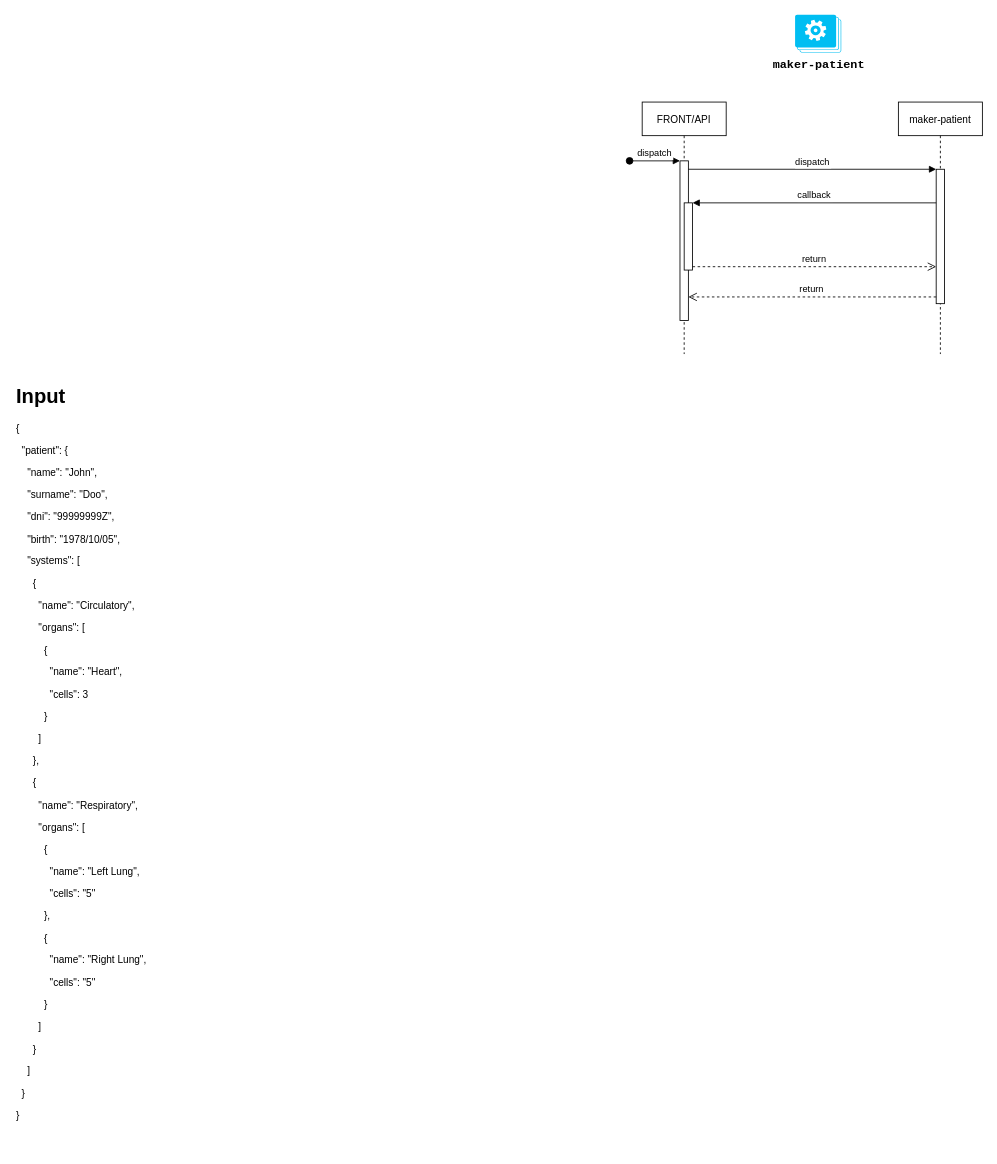
cellprom/cellprom-arq-doc keeps this draw.io diagram as page "maker-patient" (6 of 9) of arch-design/cellprom-tech-arch.drawio. Above is the earlier version. Source tidied: cells renumbered, new cells numbered last; positions are measured from the earlier drawing's top-left corner, leaving out a move shared by most shapes. Both pictures are drawn from the tidied source at 84%, with x=0, y=0 at pixel (14, 14).
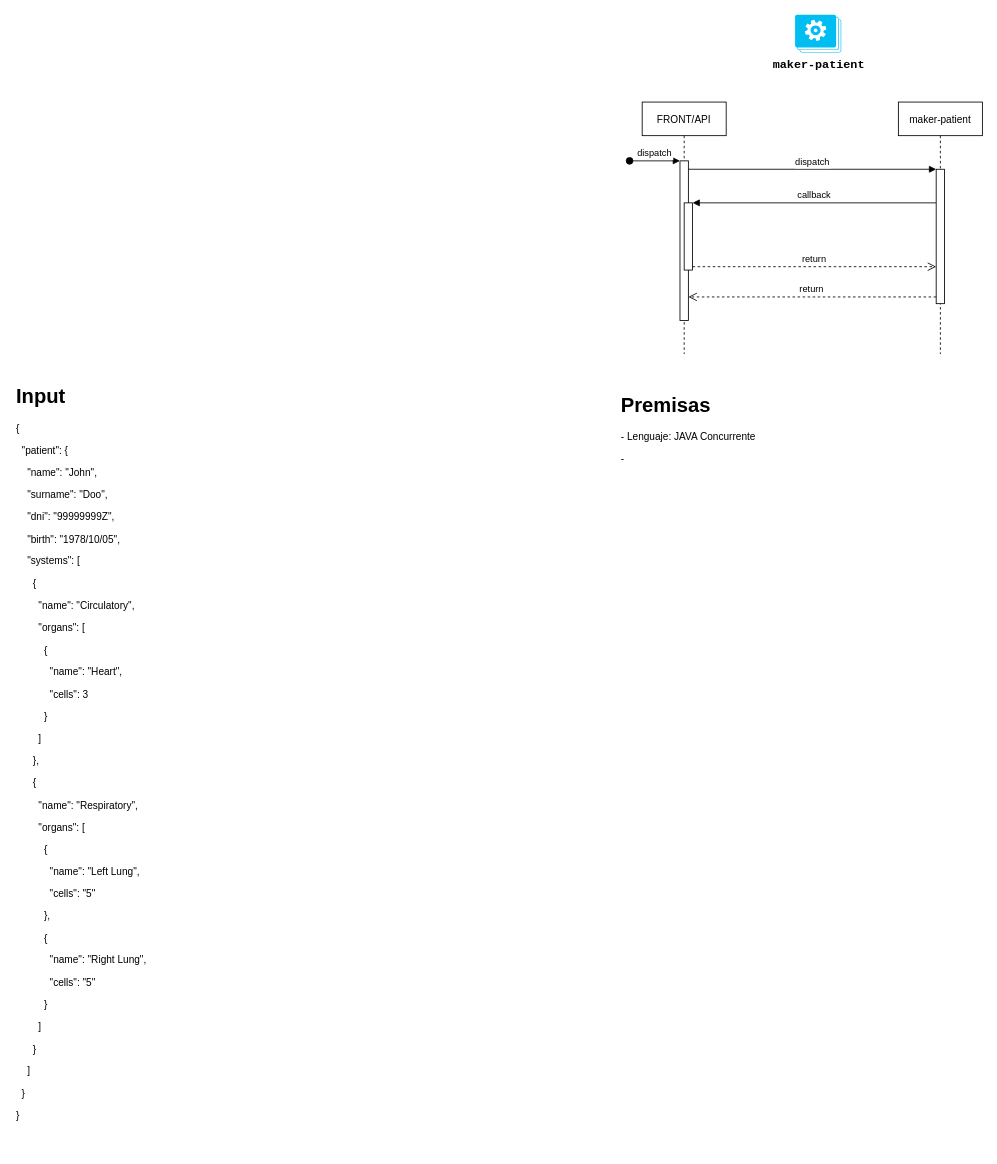
The same page after the edit.

The edit, as a diff of the source:
```diff
@@
 <mxGraphModel>
   <root>
     <mxCell id="0" />
     <mxCell id="1" parent="0" />
     <mxCell id="2" value="&lt;span style=&quot;font-family: &amp;quot;Courier New&amp;quot;; font-size: 14px; font-weight: 700;&quot;&gt;maker-patient&lt;/span&gt;" style="verticalLabelPosition=bottom;html=1;verticalAlign=top;align=center;strokeColor=none;fillColor=#00BEF2;shape=mxgraph.azure.worker_roles;" parent="1" vertex="1">
       <mxGeometry x="929" width="55" height="45" as="geometry" />
     </mxCell>
     <mxCell id="3" value="FRONT/API" style="shape=umlLifeline;perimeter=lifelinePerimeter;rounded=0;shadow=0;strokeWidth=1;" parent="1" vertex="1">
       <mxGeometry x="747" y="104" width="100" height="300" as="geometry" />
     </mxCell>
     <mxCell id="4" style="points=[];perimeter=orthogonalPerimeter;rounded=0;shadow=0;strokeWidth=1;" parent="3" vertex="1">
       <mxGeometry x="45" y="70" width="10" height="190" as="geometry" />
     </mxCell>
     <mxCell id="5" value="dispatch" style="verticalAlign=bottom;startArrow=oval;endArrow=block;startSize=8;shadow=0;strokeWidth=1;" parent="3" edge="1" target="4">
       <mxGeometry relative="1" as="geometry">
         <mxPoint x="-15" y="70" as="sourcePoint" />
       </mxGeometry>
     </mxCell>
     <mxCell id="6" style="points=[];perimeter=orthogonalPerimeter;rounded=0;shadow=0;strokeWidth=1;" parent="3" vertex="1">
       <mxGeometry x="50" y="120" width="10" height="80" as="geometry" />
     </mxCell>
     <mxCell id="7" value="maker-patient" style="shape=umlLifeline;perimeter=lifelinePerimeter;rounded=0;shadow=0;strokeWidth=1;" parent="1" vertex="1">
       <mxGeometry x="1052" y="104" width="100" height="300" as="geometry" />
     </mxCell>
     <mxCell id="8" style="points=[];perimeter=orthogonalPerimeter;rounded=0;shadow=0;strokeWidth=1;" parent="7" vertex="1">
       <mxGeometry x="45" y="80" width="10" height="160" as="geometry" />
     </mxCell>
     <mxCell id="9" value="return" style="verticalAlign=bottom;endArrow=open;dashed=1;endSize=8;exitX=0;exitY=0.95;shadow=0;strokeWidth=1;" parent="1" edge="1" source="8" target="4">
       <mxGeometry relative="1" as="geometry" />
     </mxCell>
     <mxCell id="10" value="dispatch" style="verticalAlign=bottom;endArrow=block;entryX=0;entryY=0;shadow=0;strokeWidth=1;" parent="1" edge="1" source="4" target="8">
       <mxGeometry relative="1" as="geometry" />
     </mxCell>
     <mxCell id="11" value="callback" style="verticalAlign=bottom;endArrow=block;entryX=1;entryY=0;shadow=0;strokeWidth=1;" parent="1" edge="1" source="8" target="6">
       <mxGeometry relative="1" as="geometry" />
     </mxCell>
     <mxCell id="12" value="return" style="verticalAlign=bottom;endArrow=open;dashed=1;endSize=8;exitX=1;exitY=0.95;shadow=0;strokeWidth=1;" parent="1" edge="1" source="6" target="8">
       <mxGeometry relative="1" as="geometry" />
     </mxCell>
     <mxCell id="13" value="&lt;h1 style=&quot;margin-top: 0px;&quot;&gt;Input&lt;/h1&gt;&lt;p&gt;{&lt;/p&gt;&lt;p&gt;&amp;nbsp; &quot;patient&quot;: {&lt;/p&gt;&lt;p&gt;&amp;nbsp; &amp;nbsp; &quot;name&quot;: &quot;John&quot;,&lt;/p&gt;&lt;p&gt;&amp;nbsp; &amp;nbsp; &quot;surname&quot;: &quot;Doo&quot;,&lt;/p&gt;&lt;p&gt;&amp;nbsp; &amp;nbsp; &quot;dni&quot;: &quot;99999999Z&quot;,&lt;/p&gt;&lt;p&gt;&amp;nbsp; &amp;nbsp; &quot;birth&quot;: &quot;1978/10/05&quot;,&lt;/p&gt;&lt;p&gt;&amp;nbsp; &amp;nbsp; &quot;systems&quot;: [&lt;/p&gt;&lt;p&gt;&amp;nbsp; &amp;nbsp; &amp;nbsp; {&lt;/p&gt;&lt;p&gt;&amp;nbsp; &amp;nbsp; &amp;nbsp; &amp;nbsp; &quot;name&quot;: &quot;Circulatory&quot;,&lt;/p&gt;&lt;p&gt;&amp;nbsp; &amp;nbsp; &amp;nbsp; &amp;nbsp; &quot;organs&quot;: [&lt;/p&gt;&lt;p&gt;&amp;nbsp; &amp;nbsp; &amp;nbsp; &amp;nbsp; &amp;nbsp; {&lt;/p&gt;&lt;p&gt;&amp;nbsp; &amp;nbsp; &amp;nbsp; &amp;nbsp; &amp;nbsp; &amp;nbsp; &quot;name&quot;: &quot;Heart&quot;,&lt;/p&gt;&lt;p&gt;&amp;nbsp; &amp;nbsp; &amp;nbsp; &amp;nbsp; &amp;nbsp; &amp;nbsp; &quot;cells&quot;: 3&lt;/p&gt;&lt;p&gt;&amp;nbsp; &amp;nbsp; &amp;nbsp; &amp;nbsp; &amp;nbsp; }&lt;/p&gt;&lt;p&gt;&amp;nbsp; &amp;nbsp; &amp;nbsp; &amp;nbsp; ]&lt;/p&gt;&lt;p&gt;&amp;nbsp; &amp;nbsp; &amp;nbsp; },&lt;/p&gt;&lt;p&gt;&amp;nbsp; &amp;nbsp; &amp;nbsp; {&lt;/p&gt;&lt;p&gt;&amp;nbsp; &amp;nbsp; &amp;nbsp; &amp;nbsp; &quot;name&quot;: &quot;Respiratory&quot;,&lt;/p&gt;&lt;p&gt;&amp;nbsp; &amp;nbsp; &amp;nbsp; &amp;nbsp; &quot;organs&quot;: [&lt;/p&gt;&lt;p&gt;&amp;nbsp; &amp;nbsp; &amp;nbsp; &amp;nbsp; &amp;nbsp; {&lt;/p&gt;&lt;p&gt;&amp;nbsp; &amp;nbsp; &amp;nbsp; &amp;nbsp; &amp;nbsp; &amp;nbsp; &quot;name&quot;: &quot;Left Lung&quot;,&lt;/p&gt;&lt;p&gt;&amp;nbsp; &amp;nbsp; &amp;nbsp; &amp;nbsp; &amp;nbsp; &amp;nbsp; &quot;cells&quot;: &quot;5&quot;&lt;/p&gt;&lt;p&gt;&amp;nbsp; &amp;nbsp; &amp;nbsp; &amp;nbsp; &amp;nbsp; },&lt;/p&gt;&lt;p&gt;&amp;nbsp; &amp;nbsp; &amp;nbsp; &amp;nbsp; &amp;nbsp; {&lt;/p&gt;&lt;p&gt;&amp;nbsp; &amp;nbsp; &amp;nbsp; &amp;nbsp; &amp;nbsp; &amp;nbsp; &quot;name&quot;: &quot;Right Lung&quot;,&lt;/p&gt;&lt;p&gt;&amp;nbsp; &amp;nbsp; &amp;nbsp; &amp;nbsp; &amp;nbsp; &amp;nbsp; &quot;cells&quot;: &quot;5&quot;&lt;/p&gt;&lt;p&gt;&amp;nbsp; &amp;nbsp; &amp;nbsp; &amp;nbsp; &amp;nbsp; }&lt;/p&gt;&lt;p&gt;&amp;nbsp; &amp;nbsp; &amp;nbsp; &amp;nbsp; ]&lt;/p&gt;&lt;p&gt;&amp;nbsp; &amp;nbsp; &amp;nbsp; }&lt;/p&gt;&lt;p&gt;&amp;nbsp; &amp;nbsp; ]&lt;/p&gt;&lt;p&gt;&amp;nbsp; }&lt;/p&gt;&lt;p&gt;}&lt;/p&gt;" style="text;html=1;whiteSpace=wrap;overflow=hidden;rounded=0;" parent="1" vertex="1">
       <mxGeometry y="434" width="230" height="915" as="geometry" />
     </mxCell>
+    <mxCell id="14" value="&lt;h1 style=&quot;margin-top: 0px;&quot;&gt;Premisas&lt;/h1&gt;&lt;p&gt;- Lenguaje: JAVA Concurrente&lt;/p&gt;&lt;p&gt;-&amp;nbsp;&lt;/p&gt;&lt;p&gt;&lt;br&gt;&lt;/p&gt;" style="text;html=1;whiteSpace=wrap;overflow=hidden;rounded=0;" parent="1" vertex="1">
+      <mxGeometry x="720" y="444" width="432" height="389" as="geometry" />
+    </mxCell>
   </root>
 </mxGraphModel>
```
